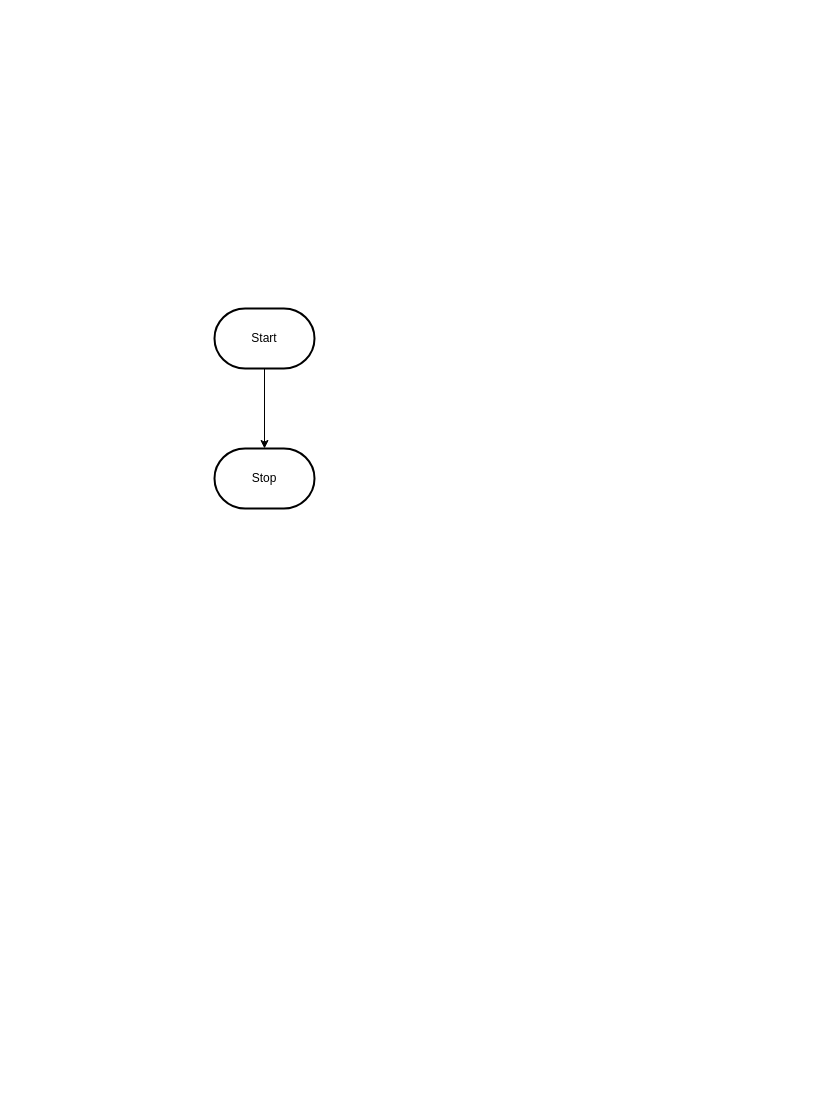
Before: design/flowchart.drawio in MTHS-ICD2O-1-2023/ICD2O-Assignment-04-manya-feng, a draw.io diagram. Source tidied: cells renumbered, new cells numbered last; positions are measured from the earlier drawing's top-left corner, leaving out a move shared by most shapes. Both pictures are drawn from the tidied source at 100%, with x=0, y=0 at pixel (214, 308).
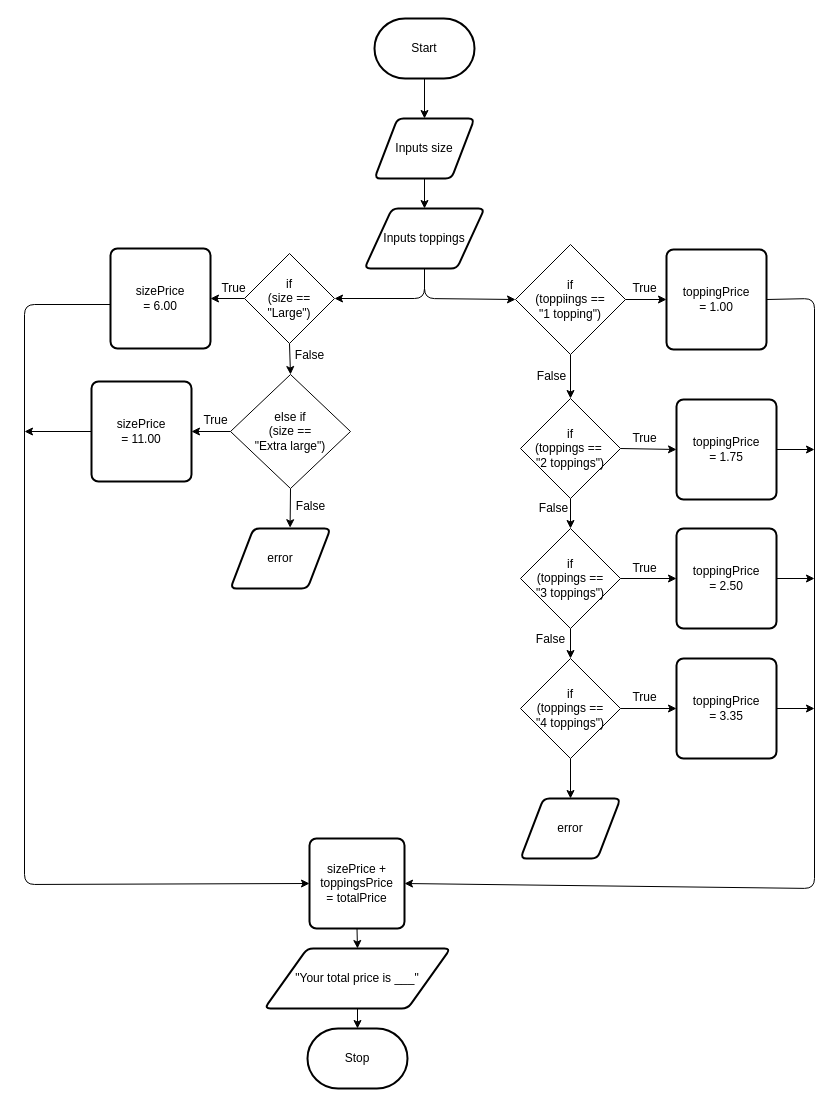
The same page after the edit.

Diff of the diagram source:
```diff
@@
-    <mxCell id="2" style="edgeStyle=orthogonalEdgeStyle;html=1;rounded=0;" parent="1" edge="1" source="3" target="4">
-      <mxGeometry relative="1" as="geometry" />
-    </mxCell>
+    <mxCell id="5" style="edgeStyle=none;html=1;exitX=0.5;exitY=1;exitDx=0;exitDy=0;exitPerimeter=0;entryX=0.5;entryY=0;entryDx=0;entryDy=0;" parent="1" edge="1" source="3" target="2">
+      <mxGeometry relative="1" as="geometry" />
+    </mxCell>
     <mxCell id="3" value="Start" style="strokeWidth=2;html=1;shape=mxgraph.flowchart.terminator;whiteSpace=wrap;" parent="1" vertex="1">
-      <mxGeometry width="100" height="60" as="geometry" />
+      <mxGeometry x="160" y="-290" width="100" height="60" as="geometry" />
     </mxCell>
     <mxCell id="4" value="Stop" style="strokeWidth=2;html=1;shape=mxgraph.flowchart.terminator;whiteSpace=wrap;" parent="1" vertex="1">
-      <mxGeometry y="140" width="100" height="60" as="geometry" />
+      <mxGeometry x="93" y="720" width="100" height="60" as="geometry" />
     </mxCell>
+    <mxCell id="6" style="edgeStyle=none;html=1;exitX=0.5;exitY=1;exitDx=0;exitDy=0;" parent="1" edge="1" source="2" target="9">
+      <mxGeometry relative="1" as="geometry" />
+    </mxCell>
+    <mxCell id="2" value="Inputs size" style="shape=parallelogram;html=1;strokeWidth=2;perimeter=parallelogramPerimeter;whiteSpace=wrap;rounded=1;arcSize=12;size=0.23;" parent="1" vertex="1">
+      <mxGeometry x="160" y="-190" width="100" height="60" as="geometry" />
+    </mxCell>
+    <mxCell id="7" style="edgeStyle=none;html=1;exitX=0.5;exitY=1;exitDx=0;exitDy=0;entryX=1;entryY=0.5;entryDx=0;entryDy=0;" parent="1" edge="1" source="9" target="12">
+      <mxGeometry relative="1" as="geometry">
+        <Array as="points">
+          <mxPoint x="210" y="-10" />
+        </Array>
+      </mxGeometry>
+    </mxCell>
+    <mxCell id="8" style="edgeStyle=none;html=1;exitX=0.5;exitY=1;exitDx=0;exitDy=0;entryX=0;entryY=0.5;entryDx=0;entryDy=0;" parent="1" edge="1" source="9" target="27">
+      <mxGeometry relative="1" as="geometry">
+        <Array as="points">
+          <mxPoint x="210" y="-10" />
+        </Array>
+      </mxGeometry>
+    </mxCell>
+    <mxCell id="9" value="Inputs toppings" style="shape=parallelogram;html=1;strokeWidth=2;perimeter=parallelogramPerimeter;whiteSpace=wrap;rounded=1;arcSize=12;size=0.23;" parent="1" vertex="1">
+      <mxGeometry x="150" y="-100" width="120" height="60" as="geometry" />
+    </mxCell>
+    <mxCell id="10" style="edgeStyle=none;html=1;exitX=0;exitY=0.5;exitDx=0;exitDy=0;entryX=1;entryY=0.5;entryDx=0;entryDy=0;" parent="1" edge="1" source="12" target="14">
+      <mxGeometry relative="1" as="geometry" />
+    </mxCell>
+    <mxCell id="11" style="edgeStyle=none;html=1;exitX=0.5;exitY=1;exitDx=0;exitDy=0;entryX=0.5;entryY=0;entryDx=0;entryDy=0;" parent="1" edge="1" source="12" target="18">
+      <mxGeometry relative="1" as="geometry" />
+    </mxCell>
+    <mxCell id="12" value="if&lt;br&gt;(size ==&lt;br&gt;&quot;Large&quot;)" style="rhombus;whiteSpace=wrap;html=1;" parent="1" vertex="1">
+      <mxGeometry x="30" y="-55" width="90" height="90" as="geometry" />
+    </mxCell>
+    <mxCell id="13" style="edgeStyle=none;html=1;exitX=0;exitY=0.5;exitDx=0;exitDy=0;entryX=0;entryY=0.5;entryDx=0;entryDy=0;" parent="1" edge="1" target="54">
+      <mxGeometry relative="1" as="geometry">
+        <mxPoint x="-104" y="-4" as="sourcePoint" />
+        <Array as="points">
+          <mxPoint x="-190" y="-4" />
+          <mxPoint x="-190" y="576" />
+        </Array>
+      </mxGeometry>
+    </mxCell>
+    <mxCell id="14" value="sizePrice&lt;br&gt;= 6.00" style="rounded=1;whiteSpace=wrap;html=1;absoluteArcSize=1;arcSize=14;strokeWidth=2;" parent="1" vertex="1">
+      <mxGeometry x="-104" y="-60" width="100" height="100" as="geometry" />
+    </mxCell>
+    <mxCell id="15" value="True" style="text;html=1;align=center;verticalAlign=middle;strokeColor=none;fillColor=none;" parent="1" vertex="1">
+      <mxGeometry x="-6" y="-35" width="50" height="30" as="geometry" />
+    </mxCell>
+    <mxCell id="16" style="edgeStyle=none;html=1;exitX=0;exitY=0.5;exitDx=0;exitDy=0;entryX=1;entryY=0.5;entryDx=0;entryDy=0;" parent="1" edge="1" source="18" target="21">
+      <mxGeometry relative="1" as="geometry" />
+    </mxCell>
+    <mxCell id="17" style="edgeStyle=none;html=1;exitX=0.5;exitY=1;exitDx=0;exitDy=0;entryX=0.596;entryY=-0.013;entryDx=0;entryDy=0;entryPerimeter=0;" parent="1" edge="1" source="18" target="23">
+      <mxGeometry relative="1" as="geometry" />
+    </mxCell>
+    <mxCell id="18" value="else if&lt;br&gt;(size ==&lt;br&gt;&quot;Extra large&quot;)" style="rhombus;whiteSpace=wrap;html=1;" parent="1" vertex="1">
+      <mxGeometry x="16" y="66" width="120" height="114" as="geometry" />
+    </mxCell>
+    <mxCell id="19" value="False" style="text;html=1;align=center;verticalAlign=middle;strokeColor=none;fillColor=none;" parent="1" vertex="1">
+      <mxGeometry x="70" y="32" width="50" height="30" as="geometry" />
+    </mxCell>
+    <mxCell id="20" style="edgeStyle=none;html=1;exitX=0;exitY=0.5;exitDx=0;exitDy=0;" parent="1" edge="1" source="21">
+      <mxGeometry relative="1" as="geometry">
+        <mxPoint x="-190" y="123" as="targetPoint" />
+      </mxGeometry>
+    </mxCell>
+    <mxCell id="21" value="sizePrice&lt;br&gt;= 11.00" style="rounded=1;whiteSpace=wrap;html=1;absoluteArcSize=1;arcSize=14;strokeWidth=2;" parent="1" vertex="1">
+      <mxGeometry x="-123" y="73" width="100" height="100" as="geometry" />
+    </mxCell>
+    <mxCell id="22" value="True" style="text;html=1;align=center;verticalAlign=middle;strokeColor=none;fillColor=none;" parent="1" vertex="1">
+      <mxGeometry x="-24" y="97" width="50" height="30" as="geometry" />
+    </mxCell>
+    <mxCell id="23" value="error" style="shape=parallelogram;html=1;strokeWidth=2;perimeter=parallelogramPerimeter;whiteSpace=wrap;rounded=1;arcSize=12;size=0.23;" parent="1" vertex="1">
+      <mxGeometry x="16" y="220" width="100" height="60" as="geometry" />
+    </mxCell>
+    <mxCell id="24" value="False" style="text;html=1;align=center;verticalAlign=middle;strokeColor=none;fillColor=none;" parent="1" vertex="1">
+      <mxGeometry x="71" y="183" width="50" height="30" as="geometry" />
+    </mxCell>
+    <mxCell id="25" style="edgeStyle=none;html=1;exitX=1;exitY=0.5;exitDx=0;exitDy=0;entryX=0;entryY=0.5;entryDx=0;entryDy=0;" parent="1" edge="1" source="27" target="29">
+      <mxGeometry relative="1" as="geometry" />
+    </mxCell>
+    <mxCell id="26" style="edgeStyle=none;html=1;exitX=0.5;exitY=1;exitDx=0;exitDy=0;entryX=0.5;entryY=0;entryDx=0;entryDy=0;" parent="1" edge="1" source="27" target="33">
+      <mxGeometry relative="1" as="geometry" />
+    </mxCell>
+    <mxCell id="27" value="if&lt;br&gt;(toppiings ==&lt;br&gt;&quot;1 topping&quot;)" style="rhombus;whiteSpace=wrap;html=1;" parent="1" vertex="1">
+      <mxGeometry x="301" y="-64" width="110" height="110" as="geometry" />
+    </mxCell>
+    <mxCell id="28" style="edgeStyle=none;html=1;exitX=1;exitY=0.5;exitDx=0;exitDy=0;entryX=1;entryY=0.5;entryDx=0;entryDy=0;" parent="1" edge="1" source="29" target="54">
+      <mxGeometry relative="1" as="geometry">
+        <Array as="points">
+          <mxPoint x="600" y="-10" />
+          <mxPoint x="600" y="580" />
+        </Array>
+      </mxGeometry>
+    </mxCell>
+    <mxCell id="29" value="toppingPrice&lt;br&gt;= 1.00" style="rounded=1;whiteSpace=wrap;html=1;absoluteArcSize=1;arcSize=14;strokeWidth=2;" parent="1" vertex="1">
+      <mxGeometry x="452" y="-59" width="100" height="100" as="geometry" />
+    </mxCell>
+    <mxCell id="30" value="True" style="text;html=1;align=center;verticalAlign=middle;strokeColor=none;fillColor=none;" parent="1" vertex="1">
+      <mxGeometry x="405" y="-35" width="50" height="30" as="geometry" />
+    </mxCell>
+    <mxCell id="31" style="edgeStyle=none;html=1;exitX=0.5;exitY=1;exitDx=0;exitDy=0;entryX=0.5;entryY=0;entryDx=0;entryDy=0;" parent="1" edge="1" source="33" target="37">
+      <mxGeometry relative="1" as="geometry" />
+    </mxCell>
+    <mxCell id="32" style="edgeStyle=none;html=1;exitX=1;exitY=0.5;exitDx=0;exitDy=0;entryX=0;entryY=0.5;entryDx=0;entryDy=0;" parent="1" edge="1" source="33" target="45">
+      <mxGeometry relative="1" as="geometry" />
+    </mxCell>
+    <mxCell id="33" value="if&lt;br&gt;(toppings ==&amp;nbsp;&lt;br&gt;&quot;2 toppings&quot;)" style="rhombus;whiteSpace=wrap;html=1;" parent="1" vertex="1">
+      <mxGeometry x="306" y="90" width="100" height="100" as="geometry" />
+    </mxCell>
+    <mxCell id="34" value="False" style="text;html=1;align=center;verticalAlign=middle;strokeColor=none;fillColor=none;" parent="1" vertex="1">
+      <mxGeometry x="312" y="53" width="50" height="30" as="geometry" />
+    </mxCell>
+    <mxCell id="35" style="edgeStyle=none;html=1;exitX=0.5;exitY=1;exitDx=0;exitDy=0;entryX=0.5;entryY=0;entryDx=0;entryDy=0;" parent="1" edge="1" source="37" target="40">
+      <mxGeometry relative="1" as="geometry" />
+    </mxCell>
+    <mxCell id="36" style="edgeStyle=none;html=1;exitX=1;exitY=0.5;exitDx=0;exitDy=0;entryX=0;entryY=0.5;entryDx=0;entryDy=0;" parent="1" edge="1" source="37" target="48">
+      <mxGeometry relative="1" as="geometry" />
+    </mxCell>
+    <mxCell id="37" value="if&lt;br&gt;(toppings ==&lt;br&gt;&quot;3 toppings&quot;)" style="rhombus;whiteSpace=wrap;html=1;" parent="1" vertex="1">
+      <mxGeometry x="306" y="220" width="100" height="100" as="geometry" />
+    </mxCell>
+    <mxCell id="38" style="edgeStyle=none;html=1;exitX=0.5;exitY=1;exitDx=0;exitDy=0;entryX=0.5;entryY=0;entryDx=0;entryDy=0;" parent="1" edge="1" source="40" target="43">
+      <mxGeometry relative="1" as="geometry" />
+    </mxCell>
+    <mxCell id="39" style="edgeStyle=none;html=1;exitX=1;exitY=0.5;exitDx=0;exitDy=0;entryX=0;entryY=0.5;entryDx=0;entryDy=0;" parent="1" edge="1" source="40" target="50">
+      <mxGeometry relative="1" as="geometry" />
+    </mxCell>
+    <mxCell id="40" value="if&lt;br&gt;(toppings ==&lt;br&gt;&quot;4 toppings&quot;)" style="rhombus;whiteSpace=wrap;html=1;" parent="1" vertex="1">
+      <mxGeometry x="306" y="350" width="100" height="100" as="geometry" />
+    </mxCell>
+    <mxCell id="41" value="False" style="text;html=1;align=center;verticalAlign=middle;strokeColor=none;fillColor=none;" parent="1" vertex="1">
+      <mxGeometry x="314" y="185" width="50" height="30" as="geometry" />
+    </mxCell>
+    <mxCell id="42" value="False" style="text;html=1;align=center;verticalAlign=middle;strokeColor=none;fillColor=none;" parent="1" vertex="1">
+      <mxGeometry x="311" y="316" width="50" height="30" as="geometry" />
+    </mxCell>
+    <mxCell id="43" value="error" style="shape=parallelogram;html=1;strokeWidth=2;perimeter=parallelogramPerimeter;whiteSpace=wrap;rounded=1;arcSize=12;size=0.23;" parent="1" vertex="1">
+      <mxGeometry x="306" y="490" width="100" height="60" as="geometry" />
+    </mxCell>
+    <mxCell id="44" style="edgeStyle=none;html=1;exitX=1;exitY=0.5;exitDx=0;exitDy=0;" parent="1" edge="1" source="45">
+      <mxGeometry relative="1" as="geometry">
+        <mxPoint x="600" y="141" as="targetPoint" />
+      </mxGeometry>
+    </mxCell>
+    <mxCell id="45" value="toppingPrice&lt;br&gt;= 1.75" style="rounded=1;whiteSpace=wrap;html=1;absoluteArcSize=1;arcSize=14;strokeWidth=2;" parent="1" vertex="1">
+      <mxGeometry x="462" y="91" width="100" height="100" as="geometry" />
+    </mxCell>
+    <mxCell id="46" value="True" style="text;html=1;align=center;verticalAlign=middle;strokeColor=none;fillColor=none;" parent="1" vertex="1">
+      <mxGeometry x="405" y="115" width="50" height="30" as="geometry" />
+    </mxCell>
+    <mxCell id="47" style="edgeStyle=none;html=1;exitX=1;exitY=0.5;exitDx=0;exitDy=0;" parent="1" edge="1" source="48">
+      <mxGeometry relative="1" as="geometry">
+        <mxPoint x="600" y="270" as="targetPoint" />
+      </mxGeometry>
+    </mxCell>
+    <mxCell id="48" value="toppingPrice&lt;br&gt;= 2.50" style="rounded=1;whiteSpace=wrap;html=1;absoluteArcSize=1;arcSize=14;strokeWidth=2;" parent="1" vertex="1">
+      <mxGeometry x="462" y="220" width="100" height="100" as="geometry" />
+    </mxCell>
+    <mxCell id="49" style="edgeStyle=none;html=1;exitX=1;exitY=0.5;exitDx=0;exitDy=0;" parent="1" edge="1" source="50">
+      <mxGeometry relative="1" as="geometry">
+        <mxPoint x="600" y="400" as="targetPoint" />
+      </mxGeometry>
+    </mxCell>
+    <mxCell id="50" value="toppingPrice&lt;br&gt;= 3.35" style="rounded=1;whiteSpace=wrap;html=1;absoluteArcSize=1;arcSize=14;strokeWidth=2;" parent="1" vertex="1">
+      <mxGeometry x="462" y="350" width="100" height="100" as="geometry" />
+    </mxCell>
+    <mxCell id="51" value="True" style="text;html=1;align=center;verticalAlign=middle;strokeColor=none;fillColor=none;" parent="1" vertex="1">
+      <mxGeometry x="405" y="245" width="50" height="30" as="geometry" />
+    </mxCell>
+    <mxCell id="52" value="True" style="text;html=1;align=center;verticalAlign=middle;strokeColor=none;fillColor=none;" parent="1" vertex="1">
+      <mxGeometry x="405" y="374" width="50" height="30" as="geometry" />
+    </mxCell>
+    <mxCell id="53" style="edgeStyle=none;html=1;exitX=0.5;exitY=1;exitDx=0;exitDy=0;entryX=0.5;entryY=0;entryDx=0;entryDy=0;" parent="1" edge="1" source="54" target="56">
+      <mxGeometry relative="1" as="geometry" />
+    </mxCell>
+    <mxCell id="54" value="sizePrice + toppingsPrice&lt;br&gt;= totalPrice" style="rounded=1;whiteSpace=wrap;html=1;absoluteArcSize=1;arcSize=14;strokeWidth=2;" parent="1" vertex="1">
+      <mxGeometry x="95" y="530" width="95" height="90" as="geometry" />
+    </mxCell>
+    <mxCell id="55" style="edgeStyle=none;html=1;exitX=0.5;exitY=1;exitDx=0;exitDy=0;" parent="1" edge="1" source="56" target="4">
+      <mxGeometry relative="1" as="geometry" />
+    </mxCell>
+    <mxCell id="56" value="&quot;Your total price is ___&quot;" style="shape=parallelogram;html=1;strokeWidth=2;perimeter=parallelogramPerimeter;whiteSpace=wrap;rounded=1;arcSize=12;size=0.23;" parent="1" vertex="1">
+      <mxGeometry x="50" y="640" width="186" height="60" as="geometry" />
+    </mxCell>
```
